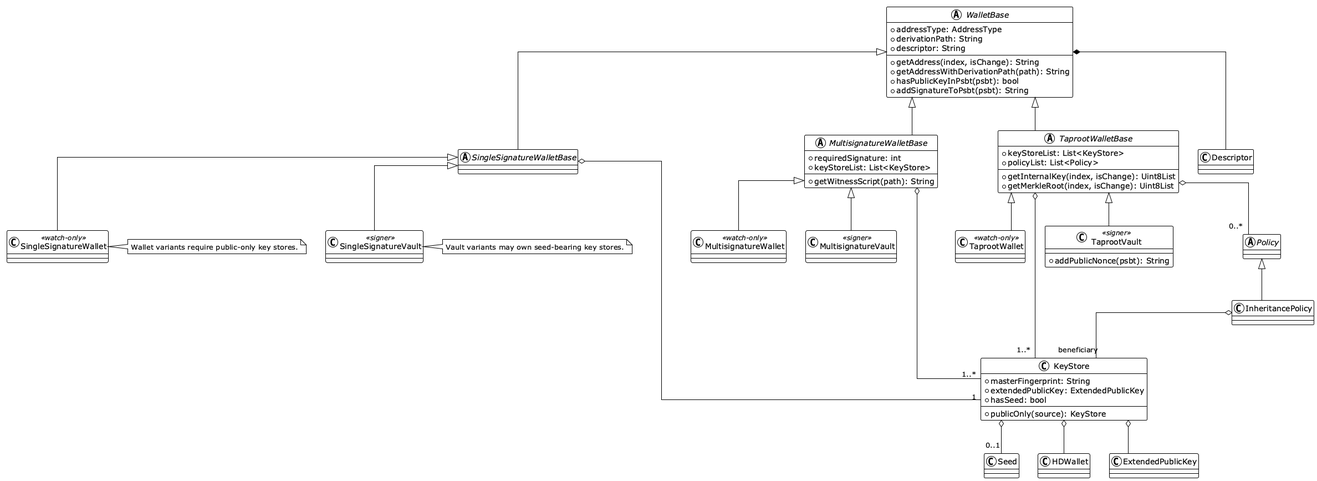
Before: doc/design/generated/wallet_class_diagram.png, a diagram exported from PlantUML (noncelab/coconut_lib). Source of this version:
```plantuml
@startuml wallet_class_diagram
!theme plain
skinparam monochrome true
skinparam shadowing false
skinparam linetype ortho
top to bottom direction

abstract class WalletBase {
  +addressType: AddressType
  +derivationPath: String
  +descriptor: String
  +getAddress(index, isChange): String
  +getAddressWithDerivationPath(path): String
  +hasPublicKeyInPsbt(psbt): bool
  +addSignatureToPsbt(psbt): String
}

abstract class SingleSignatureWalletBase
abstract class MultisignatureWalletBase {
  +requiredSignature: int
  +keyStoreList: List<KeyStore>
  +getWitnessScript(path): String
}
abstract class TaprootWalletBase {
  +keyStoreList: List<KeyStore>
  +policyList: List<Policy>
  +getInternalKey(index, isChange): Uint8List
  +getMerkleRoot(index, isChange): Uint8List
}

class SingleSignatureWallet <<watch-only>>
class MultisignatureWallet <<watch-only>>
class TaprootWallet <<watch-only>>
class SingleSignatureVault <<signer>>
class MultisignatureVault <<signer>>
class TaprootVault <<signer>> {
  +addPublicNonce(psbt): String
}

class KeyStore {
  +masterFingerprint: String
  +extendedPublicKey: ExtendedPublicKey
  +hasSeed: bool
  +publicOnly(source): KeyStore
}
class Seed
class HDWallet
class ExtendedPublicKey
class Descriptor
abstract class Policy
class InheritancePolicy

WalletBase <|-- SingleSignatureWalletBase
WalletBase <|-- MultisignatureWalletBase
WalletBase <|-- TaprootWalletBase
SingleSignatureWalletBase <|-- SingleSignatureWallet
SingleSignatureWalletBase <|-- SingleSignatureVault
MultisignatureWalletBase <|-- MultisignatureWallet
MultisignatureWalletBase <|-- MultisignatureVault
TaprootWalletBase <|-- TaprootWallet
TaprootWalletBase <|-- TaprootVault
Policy <|-- InheritancePolicy

WalletBase *-- Descriptor
SingleSignatureWalletBase o-- "1" KeyStore
MultisignatureWalletBase o-- "1..*" KeyStore
TaprootWalletBase o-- "1..*" KeyStore
TaprootWalletBase o-- "0..*" Policy
InheritancePolicy o-- "beneficiary" KeyStore
KeyStore o-- HDWallet
KeyStore o-- ExtendedPublicKey
KeyStore o-- "0..1" Seed

note right of SingleSignatureWallet
  Wallet variants require public-only key stores.
end note
note right of SingleSignatureVault
  Vault variants may own seed-bearing key stores.
end note
@enduml
```
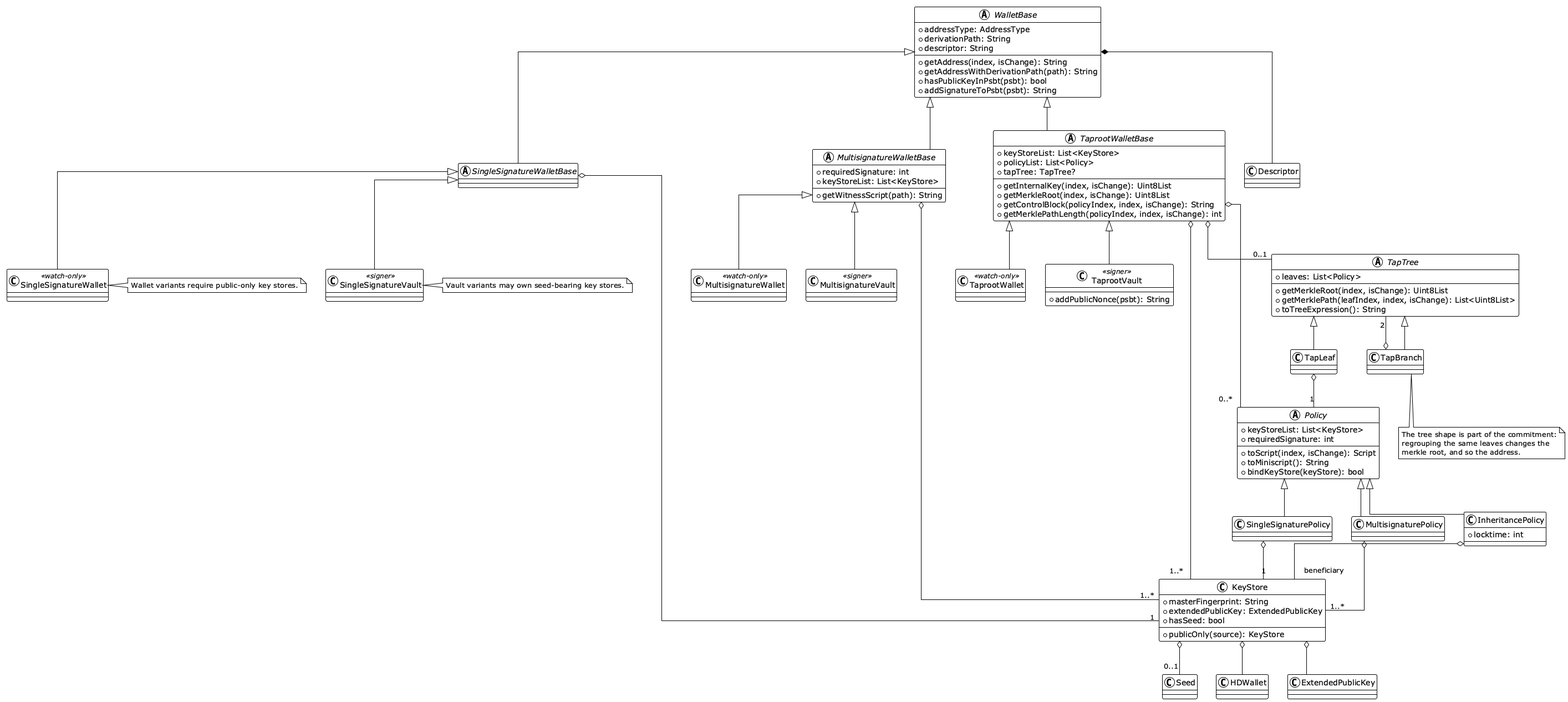
Later version of the same file.

Change to the diagram source:
```diff
@@ -24,8 +24,11 @@
 abstract class TaprootWalletBase {
   +keyStoreList: List<KeyStore>
   +policyList: List<Policy>
+  +tapTree: TapTree?
   +getInternalKey(index, isChange): Uint8List
   +getMerkleRoot(index, isChange): Uint8List
+  +getControlBlock(policyIndex, index, isChange): String
+  +getMerklePathLength(policyIndex, index, isChange): int
 }
 
 class SingleSignatureWallet <<watch-only>>
@@ -47,8 +50,27 @@
 class HDWallet
 class ExtendedPublicKey
 class Descriptor
-abstract class Policy
-class InheritancePolicy
+abstract class Policy {
+  +keyStoreList: List<KeyStore>
+  +requiredSignature: int
+  +toScript(index, isChange): Script
+  +toMiniscript(): String
+  +bindKeyStore(keyStore): bool
+}
+class SingleSignaturePolicy
+class MultisignaturePolicy
+class InheritancePolicy {
+  +locktime: int
+}
+
+abstract class TapTree {
+  +leaves: List<Policy>
+  +getMerkleRoot(index, isChange): Uint8List
+  +getMerklePath(leafIndex, index, isChange): List<Uint8List>
+  +toTreeExpression(): String
+}
+class TapLeaf
+class TapBranch
 
 WalletBase <|-- SingleSignatureWalletBase
 WalletBase <|-- MultisignatureWalletBase
@@ -59,13 +81,22 @@
 MultisignatureWalletBase <|-- MultisignatureVault
 TaprootWalletBase <|-- TaprootWallet
 TaprootWalletBase <|-- TaprootVault
+Policy <|-- SingleSignaturePolicy
+Policy <|-- MultisignaturePolicy
 Policy <|-- InheritancePolicy
+TapTree <|-- TapLeaf
+TapTree <|-- TapBranch
 
 WalletBase *-- Descriptor
 SingleSignatureWalletBase o-- "1" KeyStore
 MultisignatureWalletBase o-- "1..*" KeyStore
 TaprootWalletBase o-- "1..*" KeyStore
 TaprootWalletBase o-- "0..*" Policy
+TaprootWalletBase o-- "0..1" TapTree
+TapLeaf o-- "1" Policy
+TapBranch o-- "2" TapTree
+SingleSignaturePolicy o-- "1" KeyStore
+MultisignaturePolicy o-- "1..*" KeyStore
 InheritancePolicy o-- "beneficiary" KeyStore
 KeyStore o-- HDWallet
 KeyStore o-- ExtendedPublicKey
@@ -77,4 +108,9 @@
 note right of SingleSignatureVault
   Vault variants may own seed-bearing key stores.
 end note
+note bottom of TapBranch
+  The tree shape is part of the commitment:
+  regrouping the same leaves changes the
+  merkle root, and so the address.
+end note
 @enduml
```
